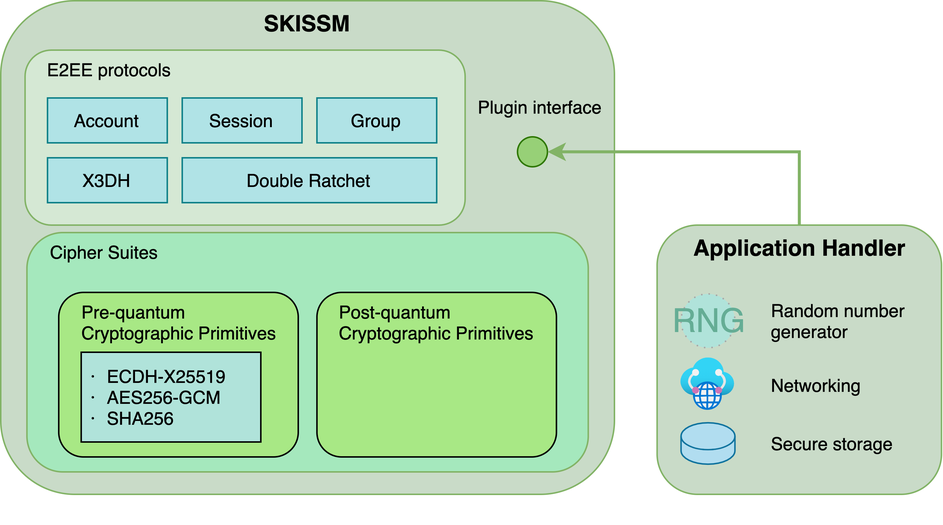
Above: doc/skissm-software-architecture.png in e2eelab/skissm (draw.io), before the change. Source tidied: cells renumbered, new cells last; positions are measured from the earlier drawing's top-left corner, leaving out a move shared by most shapes. The source it was exported from:
```xml
<mxGraphModel>
  <root>
    <mxCell id="0" />
    <mxCell id="1" parent="0" />
    <mxCell id="2" style="group;" parent="1" vertex="1">
      <mxGeometry x="438.5" y="150" width="190" height="180" as="geometry" />
    </mxCell>
    <mxCell id="3" value="&lt;b&gt;&lt;font style=&quot;font-size: 15px&quot;&gt;Application Handler&lt;/font&gt;&lt;/b&gt;" style="rounded=1;whiteSpace=wrap;html=1;verticalAlign=top;strokeColor=#82b366;fillColor=#C9DBC8;" parent="2" vertex="1">
      <mxGeometry width="190" height="180" as="geometry" />
    </mxCell>
    <mxCell id="4" style="group;" parent="2" vertex="1">
      <mxGeometry x="16" y="46" width="158" height="113.8" as="geometry" />
    </mxCell>
    <mxCell id="5" style="group;" parent="4" vertex="1">
      <mxGeometry width="158" height="36" as="geometry" />
    </mxCell>
    <mxCell id="6" value="&lt;font style=&quot;font-size: 22px;&quot; color=&quot;#65ad95&quot;&gt;RNG&lt;/font&gt;" style="dashed=1;align=center;html=1;shape=mxgraph.pid.engines.generator;fontSize=22;fillColor=#B0E3DA;verticalAlign=middle;dashPattern=1 4;strokeColor=#A6A6A6;" parent="5" vertex="1">
      <mxGeometry width="36" height="36" as="geometry" />
    </mxCell>
    <mxCell id="7" value="Random number generator" style="text;html=1;strokeColor=none;fillColor=none;align=left;verticalAlign=middle;whiteSpace=wrap;rounded=0;" parent="5" vertex="1">
      <mxGeometry x="58" y="8" width="100" height="20" as="geometry" />
    </mxCell>
    <mxCell id="8" style="group;" parent="4" vertex="1">
      <mxGeometry y="43" width="148" height="35.4" as="geometry" />
    </mxCell>
    <mxCell id="9" style="html=1;align=center;image;fontSize=12;image=img/lib/azure2/networking/Virtual_WANs.svg;fillColor=#C9DBC8;" parent="8" vertex="1">
      <mxGeometry width="36" height="35.5" as="geometry" />
    </mxCell>
    <mxCell id="10" value="Networking" style="text;html=1;strokeColor=none;fillColor=none;align=left;verticalAlign=middle;whiteSpace=wrap;rounded=0;" parent="8" vertex="1">
      <mxGeometry x="58" y="7.7" width="90" height="20" as="geometry" />
    </mxCell>
    <mxCell id="11" style="group;" parent="4" vertex="1">
      <mxGeometry y="86.2" width="148" height="27.7" as="geometry" />
    </mxCell>
    <mxCell id="12" style="shape=cylinder3;whiteSpace=wrap;html=1;boundedLbl=1;backgroundOutline=1;size=9;fillColor=#b1ddf0;align=left;strokeColor=#10739e;" parent="11" vertex="1">
      <mxGeometry width="36" height="27.7" as="geometry" />
    </mxCell>
    <mxCell id="13" value="Secure storage" style="text;html=1;strokeColor=none;fillColor=none;align=left;verticalAlign=middle;whiteSpace=wrap;rounded=0;" parent="11" vertex="1">
      <mxGeometry x="58" y="3.8" width="90" height="20" as="geometry" />
    </mxCell>
    <mxCell id="14" style="group;" parent="1" vertex="1">
      <mxGeometry width="411" height="350" as="geometry" />
    </mxCell>
    <mxCell id="15" value="&lt;b&gt;&lt;font style=&quot;font-size: 15px&quot;&gt;SKISSM&lt;/font&gt;&lt;/b&gt;" style="rounded=1;whiteSpace=wrap;html=1;verticalAlign=top;strokeColor=#82b366;fillColor=#C9DBC8;" parent="14" vertex="1">
      <mxGeometry width="410" height="330" as="geometry" />
    </mxCell>
    <mxCell id="16" style="group;" parent="14" vertex="1">
      <mxGeometry x="17.5" y="155" width="393.5" height="195" as="geometry" />
    </mxCell>
    <mxCell id="17" value="&amp;nbsp; &amp;nbsp; Cipher Suites" style="rounded=1;whiteSpace=wrap;html=1;verticalAlign=top;align=left;strokeColor=#82b366;fillColor=#A5E8BD;" parent="16" vertex="1">
      <mxGeometry width="375" height="160" as="geometry" />
    </mxCell>
    <mxCell id="18" style="group;" parent="16" vertex="1">
      <mxGeometry x="21.2" y="40" width="332.5" height="155" as="geometry" />
    </mxCell>
    <mxCell id="19" value="&amp;nbsp; &amp;nbsp; Post-quantum &lt;br&gt;&amp;nbsp; &amp;nbsp; Cryptographic Primitives&amp;nbsp;" style="rounded=1;whiteSpace=wrap;html=1;align=left;verticalAlign=top;fillColor=#A8E885;" parent="18" vertex="1">
      <mxGeometry x="172.5" width="160" height="110" as="geometry" />
    </mxCell>
    <mxCell id="20" style="group;" parent="18" vertex="1">
      <mxGeometry width="160" height="110" as="geometry" />
    </mxCell>
    <mxCell id="21" value="&amp;nbsp; &amp;nbsp; Pre-quantum &lt;br&gt;&amp;nbsp; &amp;nbsp; Cryptographic&amp;nbsp;Primitives&amp;nbsp;" style="rounded=1;whiteSpace=wrap;html=1;align=left;verticalAlign=top;fillColor=#A8E885;" parent="20" vertex="1">
      <mxGeometry width="160" height="110" as="geometry" />
    </mxCell>
    <mxCell id="22" value="． ECDH-X25519&lt;br&gt;．&amp;nbsp;AES256-GCM&lt;br&gt;．&amp;nbsp;SHA256" style="rounded=0;whiteSpace=wrap;html=1;align=left;fillColor=#B0E3DA;" parent="20" vertex="1">
      <mxGeometry x="15" y="40" width="120" height="60" as="geometry" />
    </mxCell>
    <mxCell id="23" style="group;" parent="14" vertex="1">
      <mxGeometry x="16.2" y="33" width="294" height="117" as="geometry" />
    </mxCell>
    <mxCell id="24" value="&amp;nbsp; &amp;nbsp; E2EE protocols" style="rounded=1;whiteSpace=wrap;html=1;verticalAlign=top;align=left;fillColor=#d5e8d4;strokeColor=#82b366;" parent="23" vertex="1">
      <mxGeometry width="294" height="117" as="geometry" />
    </mxCell>
    <mxCell id="25" style="group;" parent="23" vertex="1">
      <mxGeometry x="15" y="32" width="260" height="70" as="geometry" />
    </mxCell>
    <mxCell id="26" value="Account" style="rounded=0;whiteSpace=wrap;html=1;fillColor=#b0e3e6;strokeColor=#0e8088;" parent="25" vertex="1">
      <mxGeometry width="80" height="30" as="geometry" />
    </mxCell>
    <mxCell id="27" value="Session" style="rounded=0;whiteSpace=wrap;html=1;fillColor=#b0e3e6;strokeColor=#0e8088;" parent="25" vertex="1">
      <mxGeometry x="90" width="80" height="30" as="geometry" />
    </mxCell>
    <mxCell id="28" value="Group" style="rounded=0;whiteSpace=wrap;html=1;fillColor=#b0e3e6;strokeColor=#0e8088;" parent="25" vertex="1">
      <mxGeometry x="180" width="80" height="30" as="geometry" />
    </mxCell>
    <mxCell id="29" value="X3DH" style="rounded=0;whiteSpace=wrap;html=1;fillColor=#b0e3e6;strokeColor=#0e8088;" parent="25" vertex="1">
      <mxGeometry y="40" width="80" height="30" as="geometry" />
    </mxCell>
    <mxCell id="30" value="Double Ratchet" style="rounded=0;whiteSpace=wrap;html=1;fillColor=#b0e3e6;strokeColor=#0e8088;" parent="25" vertex="1">
      <mxGeometry x="90" y="40" width="170" height="30" as="geometry" />
    </mxCell>
    <mxCell id="31" style="ellipse;whiteSpace=wrap;html=1;align=left;strokeColor=#2D7600;fontColor=#ffffff;fillColor=#97D077;" parent="14" vertex="1">
      <mxGeometry x="345.2" y="91" width="20" height="20" as="geometry" />
    </mxCell>
    <mxCell id="32" value="Plugin interface" style="text;html=1;strokeColor=none;fillColor=none;align=center;verticalAlign=middle;whiteSpace=wrap;rounded=0;" parent="14" vertex="1">
      <mxGeometry x="311.2" y="61" width="98.8" height="20" as="geometry" />
    </mxCell>
    <mxCell id="33" style="edgeStyle=orthogonalEdgeStyle;rounded=0;jettySize=auto;html=1;exitX=0.5;exitY=0;exitDx=0;exitDy=0;entryX=1;entryY=0.5;entryDx=0;entryDy=0;fontColor=#66B2FF;labelBorderColor=#66B2FF;strokeWidth=2;fillColor=#d5e8d4;strokeColor=#82b366;" parent="1" edge="1" source="3" target="31">
      <mxGeometry relative="1" as="geometry">
        <Array as="points">
          <mxPoint x="534" y="101" />
        </Array>
      </mxGeometry>
    </mxCell>
  </root>
</mxGraphModel>
```
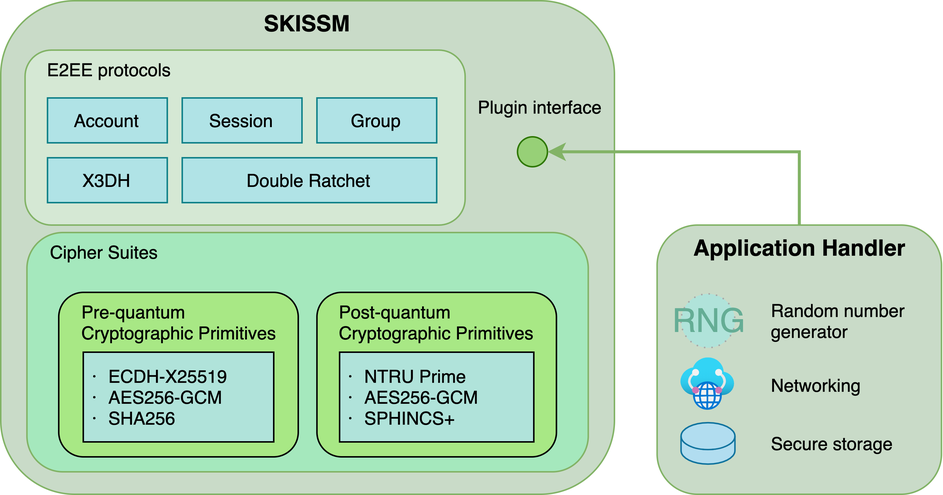
Later version of the same file.

Change to the diagram source:
```diff
@@ -38,34 +38,10 @@
     <mxCell id="13" value="Secure storage" style="text;html=1;strokeColor=none;fillColor=none;align=left;verticalAlign=middle;whiteSpace=wrap;rounded=0;" parent="11" vertex="1">
       <mxGeometry x="58" y="3.8" width="90" height="20" as="geometry" />
     </mxCell>
-    <mxCell id="14" style="group;" parent="1" vertex="1">
-      <mxGeometry width="411" height="350" as="geometry" />
-    </mxCell>
-    <mxCell id="15" value="&lt;b&gt;&lt;font style=&quot;font-size: 15px&quot;&gt;SKISSM&lt;/font&gt;&lt;/b&gt;" style="rounded=1;whiteSpace=wrap;html=1;verticalAlign=top;strokeColor=#82b366;fillColor=#C9DBC8;" parent="14" vertex="1">
+    <mxCell id="15" value="&lt;b&gt;&lt;font style=&quot;font-size: 15px&quot;&gt;SKISSM&lt;/font&gt;&lt;/b&gt;" style="rounded=1;whiteSpace=wrap;html=1;verticalAlign=top;strokeColor=#82b366;fillColor=#C9DBC8;" parent="1" vertex="1">
       <mxGeometry width="410" height="330" as="geometry" />
     </mxCell>
-    <mxCell id="16" style="group;" parent="14" vertex="1">
-      <mxGeometry x="17.5" y="155" width="393.5" height="195" as="geometry" />
-    </mxCell>
-    <mxCell id="17" value="&amp;nbsp; &amp;nbsp; Cipher Suites" style="rounded=1;whiteSpace=wrap;html=1;verticalAlign=top;align=left;strokeColor=#82b366;fillColor=#A5E8BD;" parent="16" vertex="1">
-      <mxGeometry width="375" height="160" as="geometry" />
-    </mxCell>
-    <mxCell id="18" style="group;" parent="16" vertex="1">
-      <mxGeometry x="21.2" y="40" width="332.5" height="155" as="geometry" />
-    </mxCell>
-    <mxCell id="19" value="&amp;nbsp; &amp;nbsp; Post-quantum &lt;br&gt;&amp;nbsp; &amp;nbsp; Cryptographic Primitives&amp;nbsp;" style="rounded=1;whiteSpace=wrap;html=1;align=left;verticalAlign=top;fillColor=#A8E885;" parent="18" vertex="1">
-      <mxGeometry x="172.5" width="160" height="110" as="geometry" />
-    </mxCell>
-    <mxCell id="20" style="group;" parent="18" vertex="1">
-      <mxGeometry width="160" height="110" as="geometry" />
-    </mxCell>
-    <mxCell id="21" value="&amp;nbsp; &amp;nbsp; Pre-quantum &lt;br&gt;&amp;nbsp; &amp;nbsp; Cryptographic&amp;nbsp;Primitives&amp;nbsp;" style="rounded=1;whiteSpace=wrap;html=1;align=left;verticalAlign=top;fillColor=#A8E885;" parent="20" vertex="1">
-      <mxGeometry width="160" height="110" as="geometry" />
-    </mxCell>
-    <mxCell id="22" value="． ECDH-X25519&lt;br&gt;．&amp;nbsp;AES256-GCM&lt;br&gt;．&amp;nbsp;SHA256" style="rounded=0;whiteSpace=wrap;html=1;align=left;fillColor=#B0E3DA;" parent="20" vertex="1">
-      <mxGeometry x="15" y="40" width="120" height="60" as="geometry" />
-    </mxCell>
-    <mxCell id="23" style="group;" parent="14" vertex="1">
+    <mxCell id="23" style="group;" parent="1" vertex="1">
       <mxGeometry x="16.2" y="33" width="294" height="117" as="geometry" />
     </mxCell>
     <mxCell id="24" value="&amp;nbsp; &amp;nbsp; E2EE protocols" style="rounded=1;whiteSpace=wrap;html=1;verticalAlign=top;align=left;fillColor=#d5e8d4;strokeColor=#82b366;" parent="23" vertex="1">
@@ -89,12 +65,27 @@
     <mxCell id="30" value="Double Ratchet" style="rounded=0;whiteSpace=wrap;html=1;fillColor=#b0e3e6;strokeColor=#0e8088;" parent="25" vertex="1">
       <mxGeometry x="90" y="40" width="170" height="30" as="geometry" />
     </mxCell>
-    <mxCell id="31" style="ellipse;whiteSpace=wrap;html=1;align=left;strokeColor=#2D7600;fontColor=#ffffff;fillColor=#97D077;" parent="14" vertex="1">
+    <mxCell id="31" style="ellipse;whiteSpace=wrap;html=1;align=left;strokeColor=#2D7600;fontColor=#ffffff;fillColor=#97D077;" parent="1" vertex="1">
       <mxGeometry x="345.2" y="91" width="20" height="20" as="geometry" />
     </mxCell>
-    <mxCell id="32" value="Plugin interface" style="text;html=1;strokeColor=none;fillColor=none;align=center;verticalAlign=middle;whiteSpace=wrap;rounded=0;" parent="14" vertex="1">
+    <mxCell id="32" value="Plugin interface" style="text;html=1;strokeColor=none;fillColor=none;align=center;verticalAlign=middle;whiteSpace=wrap;rounded=0;" parent="1" vertex="1">
       <mxGeometry x="311.2" y="61" width="98.8" height="20" as="geometry" />
     </mxCell>
+    <mxCell id="17" value="&amp;nbsp; &amp;nbsp; Cipher Suites" style="rounded=1;whiteSpace=wrap;html=1;verticalAlign=top;align=left;strokeColor=#82b366;fillColor=#A5E8BD;" parent="1" vertex="1">
+      <mxGeometry x="17.5" y="155" width="375" height="160" as="geometry" />
+    </mxCell>
+    <mxCell id="19" value="&amp;nbsp; &amp;nbsp; Post-quantum &lt;br&gt;&amp;nbsp; &amp;nbsp; Cryptographic Primitives&amp;nbsp;" style="rounded=1;whiteSpace=wrap;html=1;align=left;verticalAlign=top;fillColor=#A8E885;" parent="1" vertex="1">
+      <mxGeometry x="211.2" y="195" width="160" height="110" as="geometry" />
+    </mxCell>
+    <mxCell id="21" value="&amp;nbsp; &amp;nbsp; Pre-quantum &lt;br&gt;&amp;nbsp; &amp;nbsp; Cryptographic&amp;nbsp;Primitives&amp;nbsp;" style="rounded=1;whiteSpace=wrap;html=1;align=left;verticalAlign=top;fillColor=#A8E885;" parent="1" vertex="1">
+      <mxGeometry x="38.8" y="195" width="160" height="110" as="geometry" />
+    </mxCell>
+    <mxCell id="22" value="． ECDH-X25519&lt;br&gt;．&amp;nbsp;AES256-GCM&lt;br&gt;．&amp;nbsp;SHA256" style="rounded=0;whiteSpace=wrap;html=1;align=left;fillColor=#B0E3DA;" parent="1" vertex="1">
+      <mxGeometry x="55.1" y="235" width="127.2" height="60" as="geometry" />
+    </mxCell>
+    <mxCell id="34" value="． NTRU Prime&lt;br&gt;．&amp;nbsp;AES256-GCM&lt;br&gt;．&amp;nbsp;SPHINCS+" style="rounded=0;whiteSpace=wrap;html=1;align=left;fillColor=#B0E3DA;" parent="1" vertex="1">
+      <mxGeometry x="226.4" y="235" width="129.8" height="60" as="geometry" />
+    </mxCell>
     <mxCell id="33" style="edgeStyle=orthogonalEdgeStyle;rounded=0;jettySize=auto;html=1;exitX=0.5;exitY=0;exitDx=0;exitDy=0;entryX=1;entryY=0.5;entryDx=0;entryDy=0;fontColor=#66B2FF;labelBorderColor=#66B2FF;strokeWidth=2;fillColor=#d5e8d4;strokeColor=#82b366;" parent="1" edge="1" source="3" target="31">
       <mxGeometry relative="1" as="geometry">
         <Array as="points">
```
